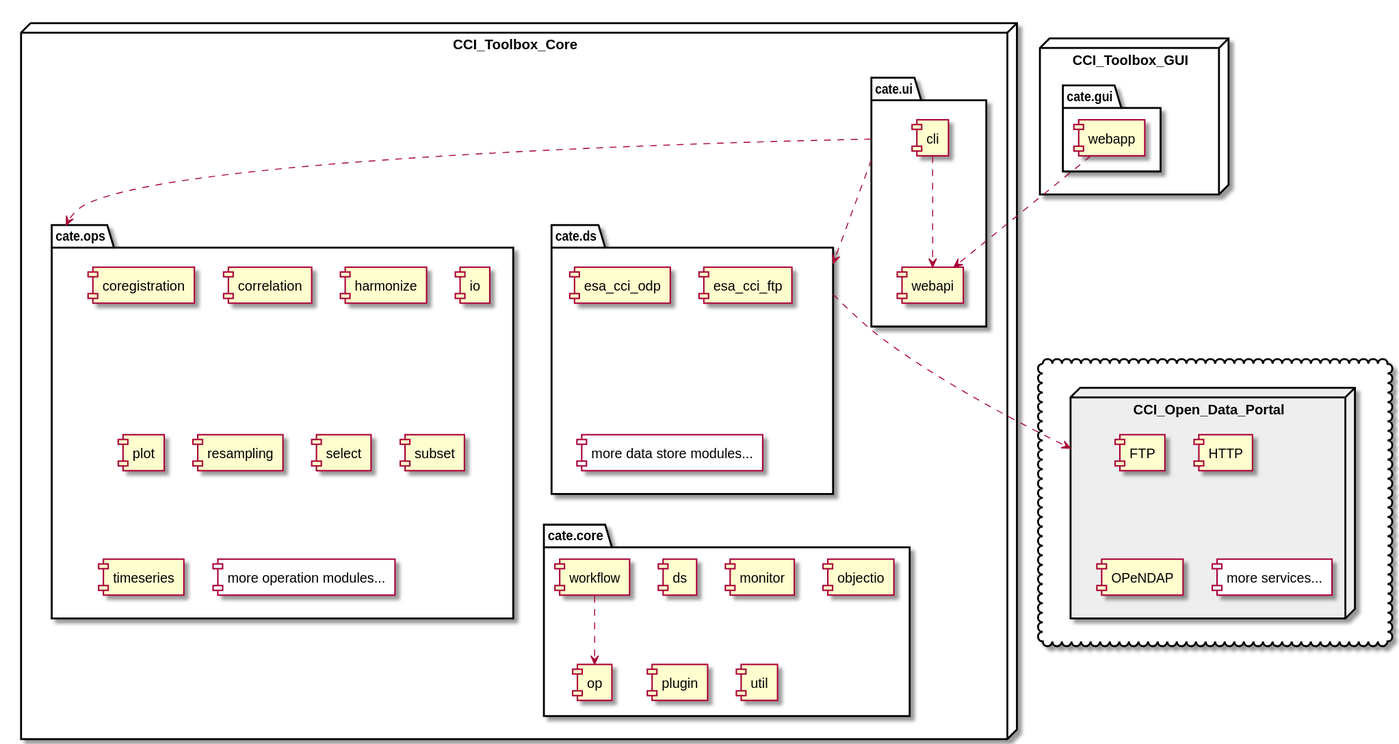
Earlier version of the PlantUML export doc/source/_static/uml/modules.svg (CCI-Tools/cate). Its source is kept beside it as doc/source/uml/modules.puml.
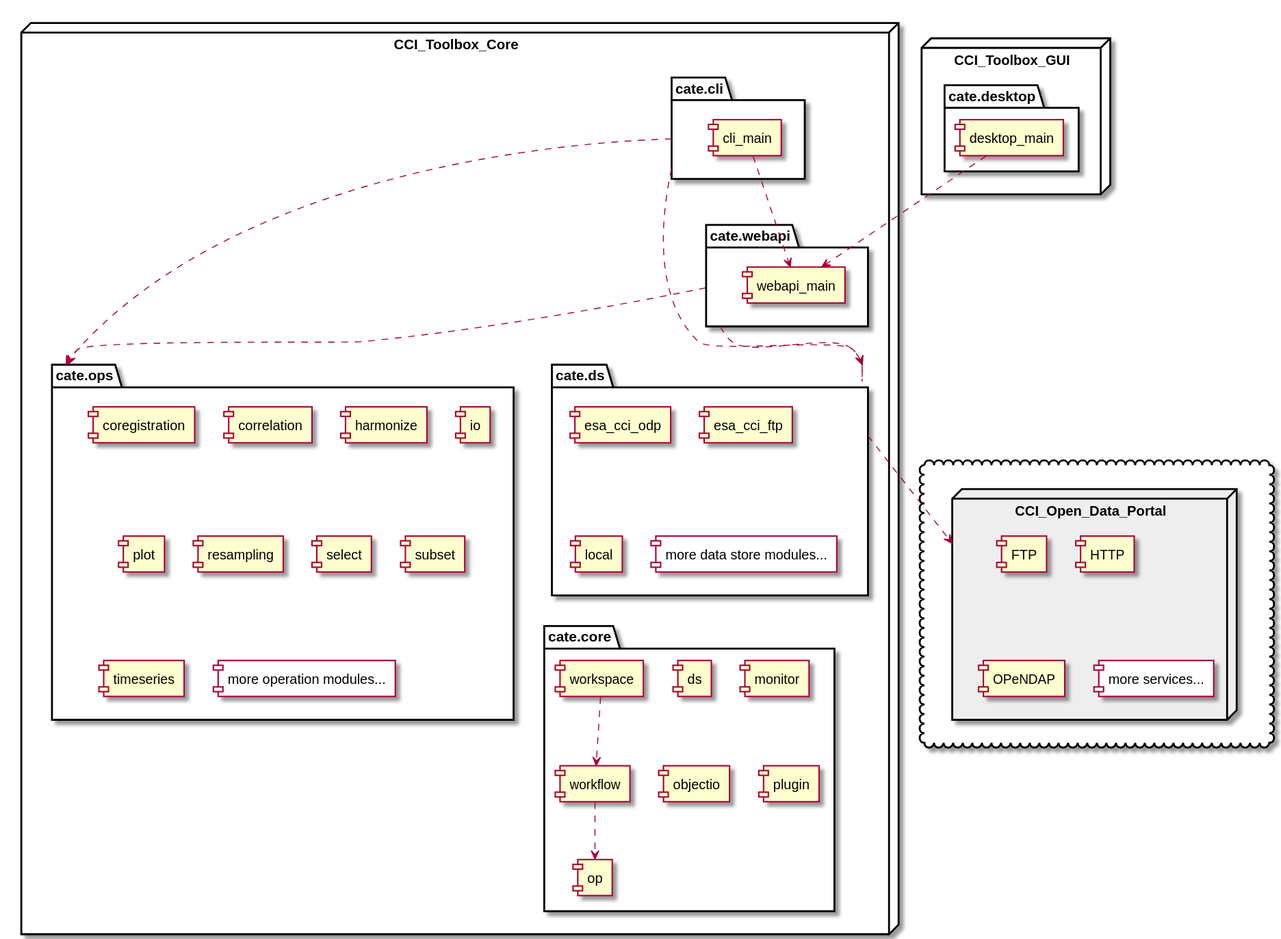
After the commit.

Diff of the diagram source:
```diff
@@ -5,6 +5,7 @@
     package "cate.ds" {
         [esa_cci_odp]
         [esa_cci_ftp]
+        [local]
         [more data store modules...] #white
     }
 
@@ -27,19 +28,22 @@
         [objectio]
         [op]
         [plugin]
-        [util]
         [workflow]
+        [workspace]
     }
 
-    package "cate.ui" {
-        [cli]
-        [webapi]
+    package "cate.cli" {
+        [cli_main]
+    }
+
+    package "cate.webapi" {
+        [webapi_main]
     }
 }
 
 node "CCI_Toolbox_GUI" {
-    package "cate.gui" {
-        [webapp]
+    package "cate.desktop" {
+        [desktop_main]
     }
 }
 
@@ -52,13 +56,16 @@
 }
 }
 
-[cli] ..> [webapi]
-[webapp] ..> [webapi]
+[cli_main] ..> [webapi_main]
+[desktop_main] ..> [webapi_main]
 
+[workspace] ..> [workflow]
 [workflow] ..> [op]
 
-cate.ui .r.> cate.ops
-cate.ui .r.> cate.ds
+cate.cli .r.> cate.ops
+cate.cli .r.> cate.ds
+cate.webapi .r.> cate.ops
+cate.webapi .r.> cate.ds
 cate.ds .r.> CCI_Open_Data_Portal
 
 
```
